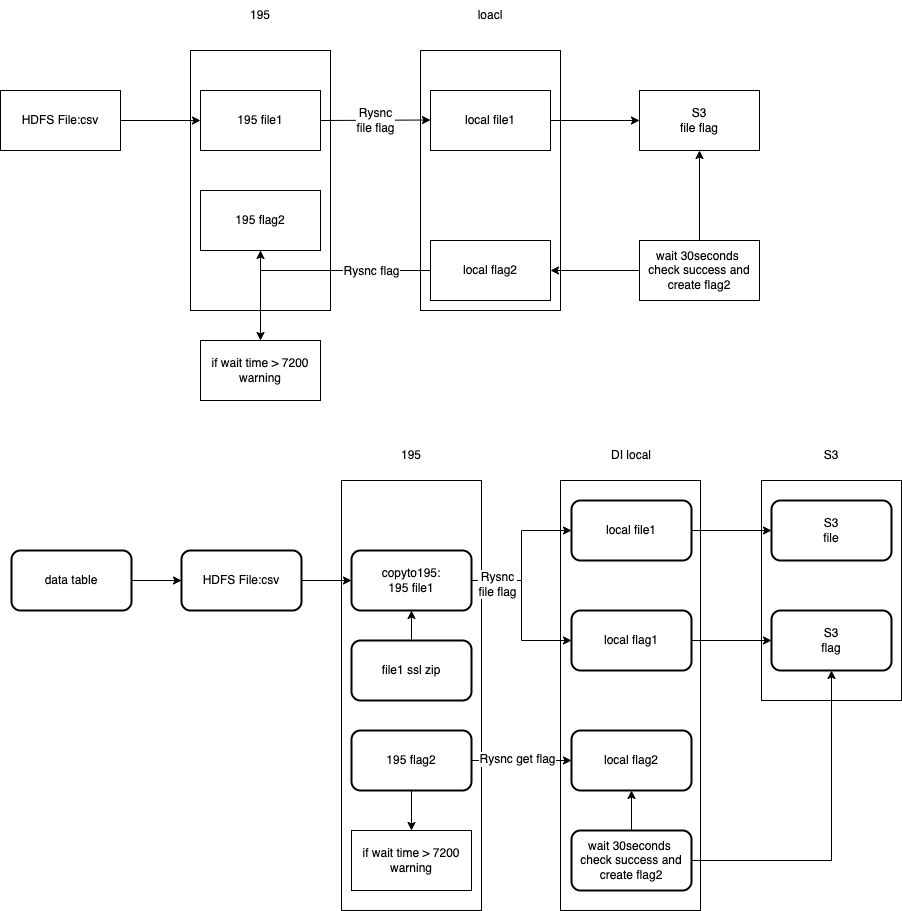
The draw.io diagram test.drawio.png in a490888602/draw, before a commit. Source tidied: cells renumbered, new cells last; positions are measured from the earlier drawing's top-left corner, leaving out a move shared by most shapes.
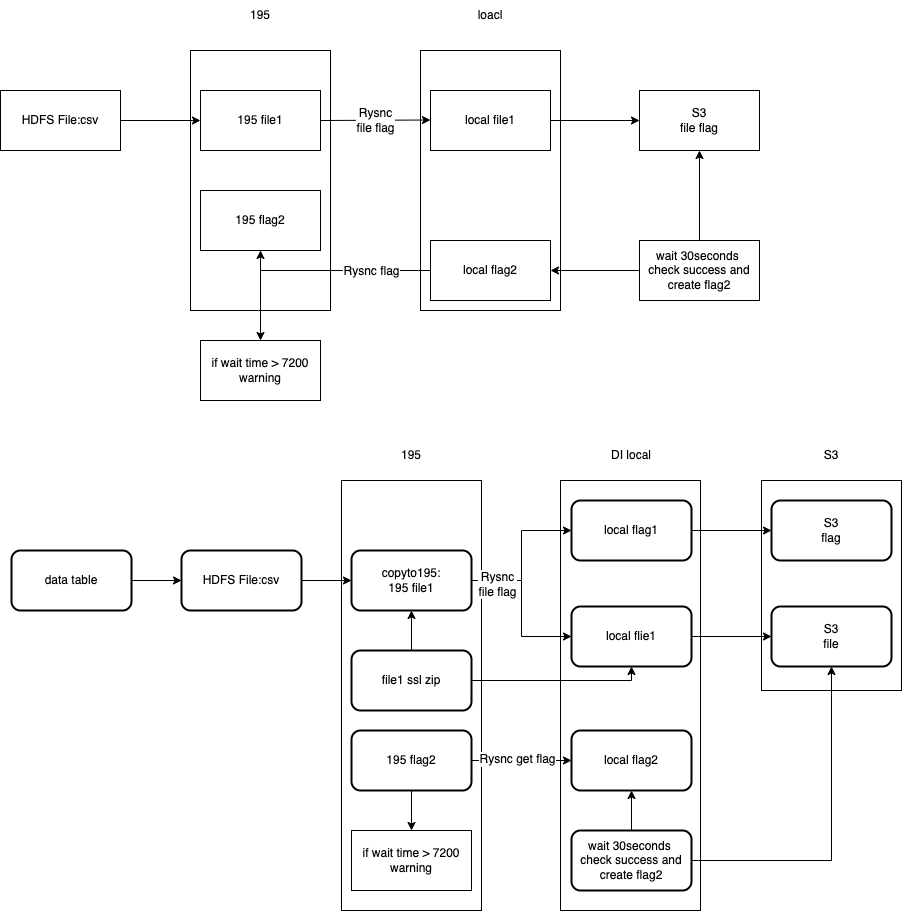
After the commit.

Diff of the diagram source:
```diff
@@ -3,7 +3,7 @@
     <mxCell id="0" />
     <mxCell id="1" parent="0" />
     <mxCell id="2" style="rounded=0;whiteSpace=wrap;html=1;" parent="1" vertex="1">
-      <mxGeometry x="761" y="480" width="140" height="220" as="geometry" />
+      <mxGeometry x="761" y="480" width="140" height="210" as="geometry" />
     </mxCell>
     <mxCell id="3" style="rounded=0;whiteSpace=wrap;html=1;" parent="1" vertex="1">
       <mxGeometry x="560" y="480" width="140" height="430" as="geometry" />
@@ -90,24 +90,19 @@
     <mxCell id="29" value="HDFS File:csv" style="rounded=1;whiteSpace=wrap;html=1;strokeWidth=2;" parent="1" vertex="1">
       <mxGeometry x="181" y="550" width="120" height="60" as="geometry" />
     </mxCell>
+    <mxCell id="31" style="edgeStyle=orthogonalEdgeStyle;rounded=0;jettySize=auto;html=1;entryX=0;entryY=0.5;entryDx=0;entryDy=0;" parent="1" edge="1" source="32" target="34">
+      <mxGeometry relative="1" as="geometry" />
+    </mxCell>
     <mxCell id="30" style="edgeStyle=orthogonalEdgeStyle;rounded=0;jettySize=auto;html=1;entryX=0;entryY=0.5;entryDx=0;entryDy=0;" parent="1" edge="1" source="32" target="37">
-      <mxGeometry relative="1" as="geometry">
-        <Array as="points">
-          <mxPoint x="521" y="580" />
-          <mxPoint x="521" y="640" />
-        </Array>
-      </mxGeometry>
+      <mxGeometry relative="1" as="geometry" />
     </mxCell>
-    <mxCell id="31" style="edgeStyle=orthogonalEdgeStyle;rounded=0;jettySize=auto;html=1;entryX=0;entryY=0.5;entryDx=0;entryDy=0;" parent="1" edge="1" source="32" target="34">
-      <mxGeometry relative="1" as="geometry" />
-    </mxCell>
     <mxCell id="32" value="copyto195:&lt;br&gt;195 file1" style="rounded=1;whiteSpace=wrap;html=1;strokeWidth=2;" parent="1" vertex="1">
       <mxGeometry x="351" y="550" width="120" height="60" as="geometry" />
     </mxCell>
     <mxCell id="33" style="edgeStyle=orthogonalEdgeStyle;rounded=0;jettySize=auto;html=1;" parent="1" edge="1" source="34" target="38">
       <mxGeometry relative="1" as="geometry" />
     </mxCell>
-    <mxCell id="34" value="local file1" style="rounded=1;whiteSpace=wrap;html=1;strokeWidth=2;" parent="1" vertex="1">
+    <mxCell id="34" value="local flag1" style="rounded=1;whiteSpace=wrap;html=1;strokeWidth=2;" parent="1" vertex="1">
       <mxGeometry x="571" y="500" width="120" height="60" as="geometry" />
     </mxCell>
     <mxCell id="35" value="Rysnc&lt;br&gt;file flag" style="edgeLabel;html=1;align=center;verticalAlign=middle;" parent="1" vertex="1">
@@ -118,14 +113,14 @@
     <mxCell id="36" style="edgeStyle=orthogonalEdgeStyle;rounded=0;jettySize=auto;html=1;" parent="1" edge="1" source="37" target="39">
       <mxGeometry relative="1" as="geometry" />
     </mxCell>
-    <mxCell id="37" value="local flag1" style="rounded=1;whiteSpace=wrap;html=1;strokeWidth=2;" parent="1" vertex="1">
-      <mxGeometry x="571" y="610" width="120" height="60" as="geometry" />
+    <mxCell id="37" value="local flie1" style="rounded=1;whiteSpace=wrap;html=1;strokeWidth=2;" parent="1" vertex="1">
+      <mxGeometry x="571" y="606" width="120" height="60" as="geometry" />
     </mxCell>
-    <mxCell id="38" value="S3&lt;br&gt;&lt;span style=&quot;font-size: 11px; background-color: rgb(255, 255, 255);&quot;&gt;file&lt;/span&gt;" style="rounded=1;whiteSpace=wrap;html=1;strokeWidth=2;" parent="1" vertex="1">
+    <mxCell id="38" value="S3&lt;br&gt;&lt;span style=&quot;font-size: 11px; background-color: rgb(255, 255, 255);&quot;&gt;flag&lt;/span&gt;" style="rounded=1;whiteSpace=wrap;html=1;strokeWidth=2;" parent="1" vertex="1">
       <mxGeometry x="771" y="500" width="120" height="60" as="geometry" />
     </mxCell>
-    <mxCell id="39" value="&lt;span style=&quot;font-size: 11px; background-color: rgb(255, 255, 255);&quot;&gt;S3&lt;br&gt;flag&lt;/span&gt;" style="whiteSpace=wrap;html=1;rounded=1;strokeWidth=2;" parent="1" vertex="1">
-      <mxGeometry x="771" y="610" width="120" height="60" as="geometry" />
+    <mxCell id="39" value="&lt;span style=&quot;font-size: 11px; background-color: rgb(255, 255, 255);&quot;&gt;S3&lt;br&gt;file&lt;/span&gt;" style="whiteSpace=wrap;html=1;rounded=1;strokeWidth=2;" parent="1" vertex="1">
+      <mxGeometry x="771" y="606" width="120" height="60" as="geometry" />
     </mxCell>
     <mxCell id="40" style="edgeStyle=orthogonalEdgeStyle;rounded=0;jettySize=auto;html=1;entryX=0.5;entryY=1;entryDx=0;entryDy=0;" parent="1" edge="1" source="42" target="39">
       <mxGeometry relative="1" as="geometry" />
@@ -159,8 +154,15 @@
     <mxCell id="49" style="edgeStyle=orthogonalEdgeStyle;rounded=0;jettySize=auto;html=1;" parent="1" edge="1" source="50" target="32">
       <mxGeometry relative="1" as="geometry" />
     </mxCell>
+    <mxCell id="54" style="edgeStyle=orthogonalEdgeStyle;rounded=0;jettySize=auto;html=1;entryX=0.5;entryY=1;entryDx=0;entryDy=0;" parent="1" edge="1" source="50" target="37">
+      <mxGeometry relative="1" as="geometry">
+        <Array as="points">
+          <mxPoint x="631" y="680" />
+        </Array>
+      </mxGeometry>
+    </mxCell>
     <mxCell id="50" value="file1 ssl zip" style="rounded=1;whiteSpace=wrap;html=1;strokeWidth=2;" parent="1" vertex="1">
-      <mxGeometry x="351" y="640" width="120" height="60" as="geometry" />
+      <mxGeometry x="351" y="650" width="120" height="60" as="geometry" />
     </mxCell>
     <mxCell id="51" value="195" style="text;html=1;strokeColor=none;fillColor=none;align=center;verticalAlign=middle;whiteSpace=wrap;rounded=0;" parent="1" vertex="1">
       <mxGeometry x="381" y="440" width="60" height="30" as="geometry" />
```
